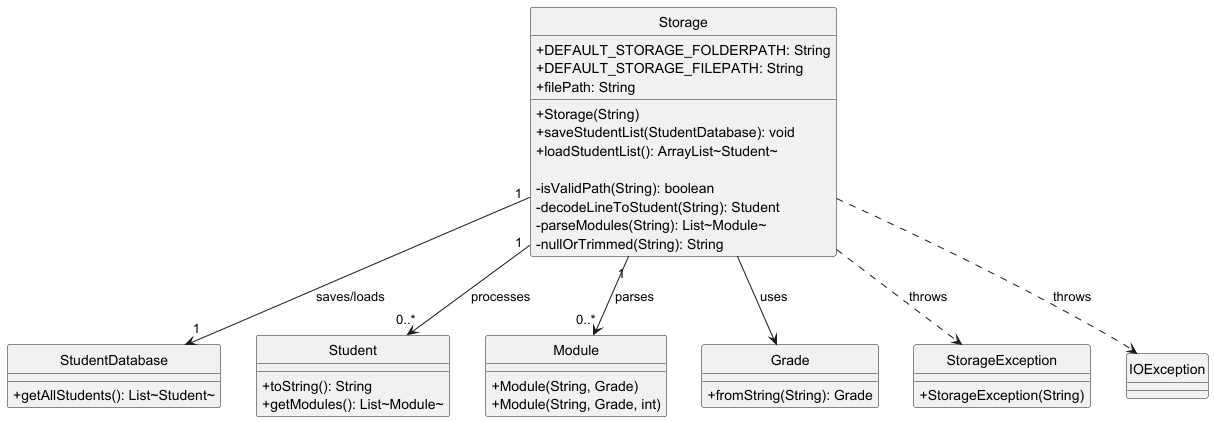
The PlantUML diagram docs/images/StorageClassDiagram.png in AY2526S2-CS2113-T11-4/tp, before a commit.
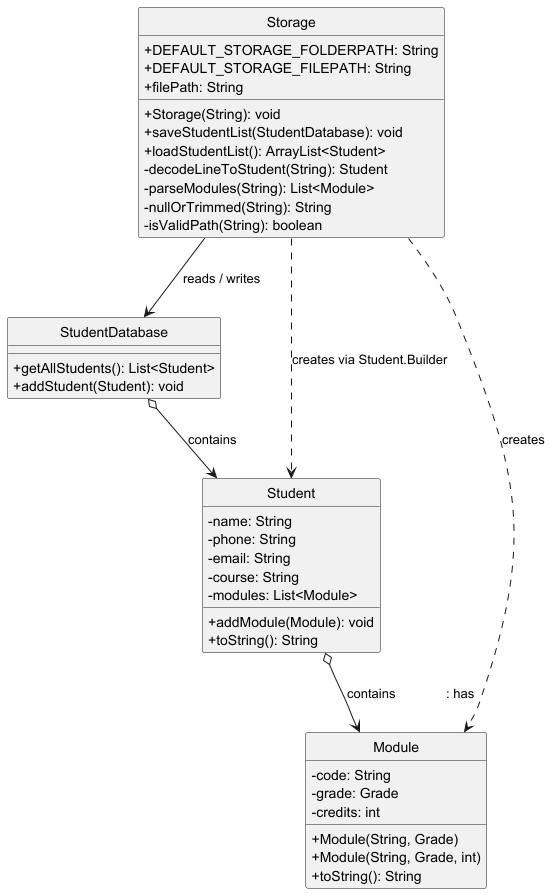
Later version of the same file.

Commit message:
Revert "Merge remote-tracking branch 'origin/docs/dev-guide-update' into docs/dev-guide-update"

This reverts commit 379633ea40069f676ad9d43df5b277e03217c05b, reversing
changes made to e1b0a6ad83c7fc5d2f4cd2513c544a3b7d5adb64.

Change to the diagram source:
```diff
@@ -3,48 +3,46 @@
 skinparam style strictuml
 
 class Storage {
-    +DEFAULT_STORAGE_FOLDERPATH: String
-    +DEFAULT_STORAGE_FILEPATH: String
-    +filePath: String
-
-    +Storage(String)
-    +saveStudentList(StudentDatabase): void
-    +loadStudentList(): ArrayList~Student~
-
-    -isValidPath(String): boolean
-    -decodeLineToStudent(String): Student
-    -parseModules(String): List~Module~
-    -nullOrTrimmed(String): String
+    + DEFAULT_STORAGE_FOLDERPATH: String
+    + DEFAULT_STORAGE_FILEPATH: String
+    + filePath: String
+    + Storage(String): void
+    + saveStudentList(StudentDatabase): void
+    + loadStudentList(): ArrayList<Student>
+    - decodeLineToStudent(String): Student
+    - parseModules(String): List<Module>
+    - nullOrTrimmed(String): String
+    - isValidPath(String): boolean
 }
 
 class StudentDatabase {
-    +getAllStudents(): List~Student~
+    + getAllStudents(): List<Student>
+    + addStudent(Student): void
 }
 
 class Student {
-    +toString(): String
-    +getModules(): List~Module~
+    - name: String
+    - phone: String
+    - email: String
+    - course: String
+    - modules: List<Module>
+    + addModule(Module): void
+    + toString(): String
 }
 
 class Module {
-    +Module(String, Grade)
-    +Module(String, Grade, int)
+    - code: String
+    - grade: Grade
+    - credits: int
+    + Module(String, Grade)
+    + Module(String, Grade, int)
+    + toString(): String
 }
 
-class Grade {
-    +fromString(String): Grade
-}
-
-class StorageException {
-    +StorageException(String)
-}
-
-Storage "1" --> "1" StudentDatabase : saves/loads
-Storage "1" --> "0..*" Student : processes
-Storage "1" --> "0..*" Module : parses
-Storage  -->  Grade : uses
-
-Storage  ..>  StorageException : throws
-Storage  ..>  IOException : throws
+Storage --> StudentDatabase       : reads / writes
+Storage ..> Student               : creates via Student.Builder
+Storage ..> Module                : creates
+StudentDatabase o--> Student      : contains
+Student o--> Module               : contains              : has
 
 @enduml
```
